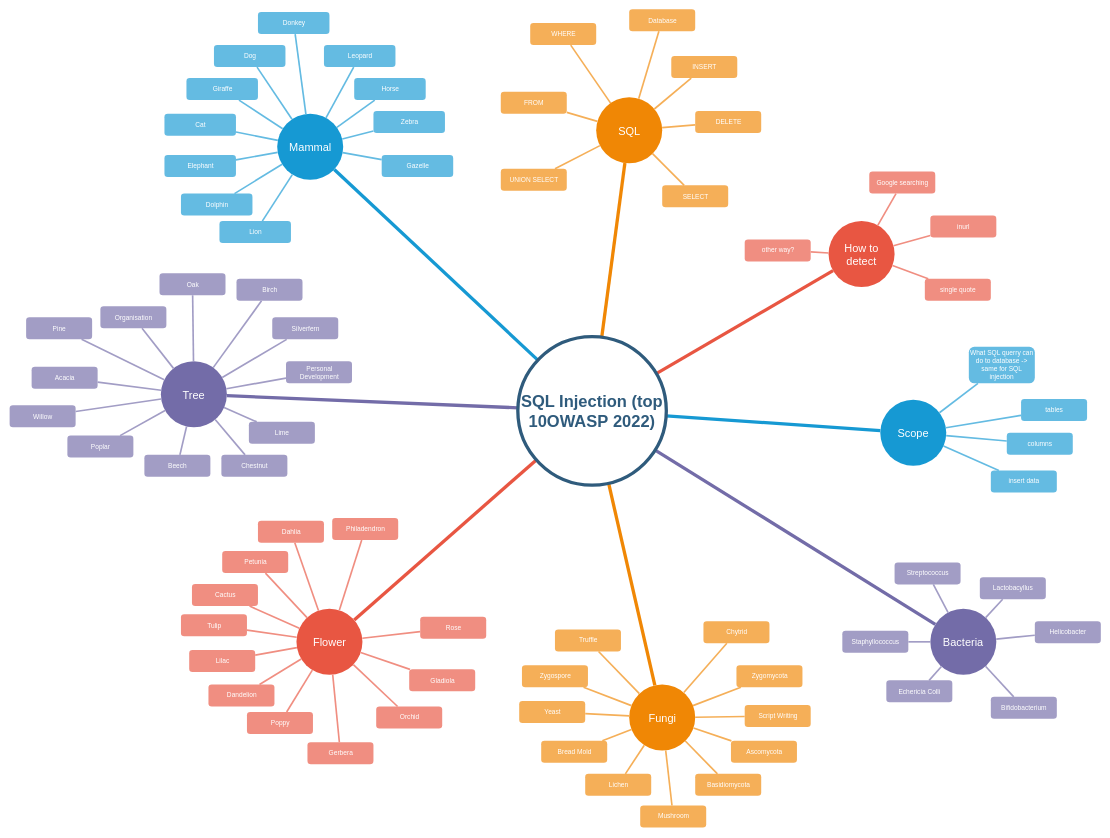
This is Untitled Diagram.drawio from TuytN/abc, a draw.io file, before an edit. Source tidied: cells renumbered, new cells numbered last; positions are measured from the earlier drawing's top-left corner, leaving out a move shared by most shapes. Both pictures are drawn from the tidied source at 55%, with x=0, y=0 at pixel (9, 9).
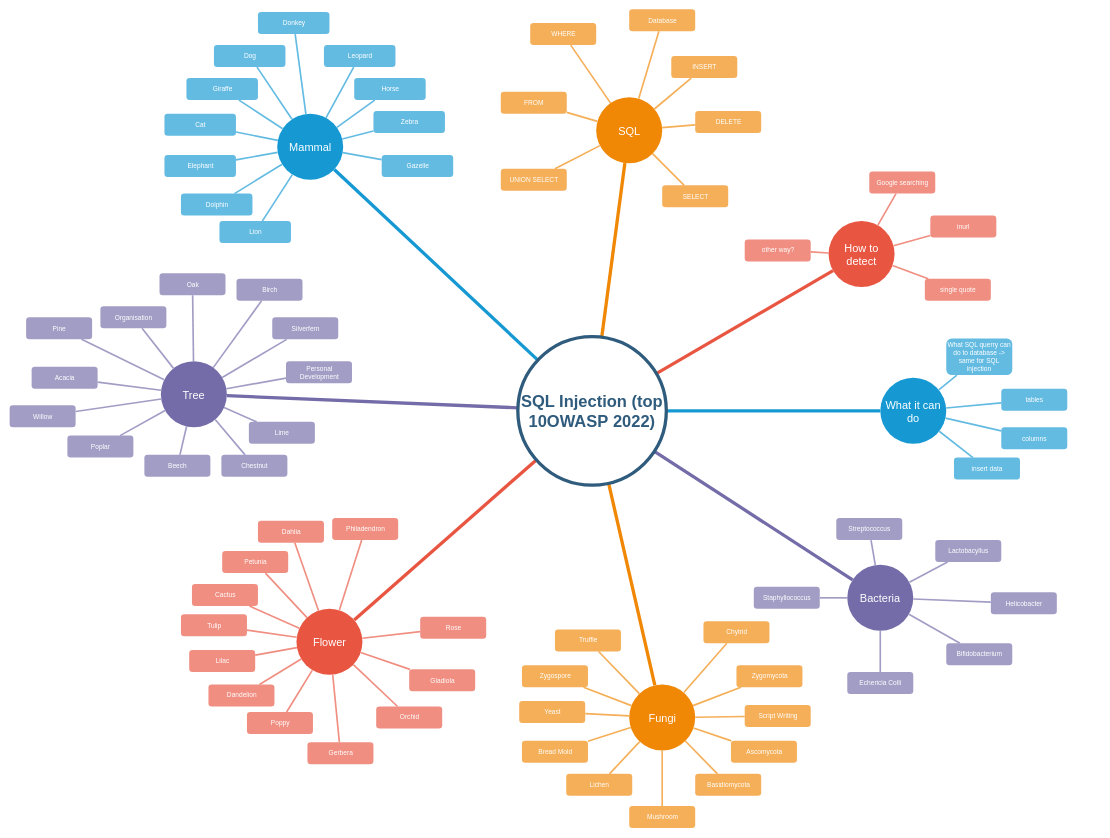
Above is the later version.

Diff of the diagram source:
```diff
@@
-    <mxCell id="5" value="Scope" style="ellipse;whiteSpace=wrap;html=1;shadow=0;fontFamily=Helvetica;fontSize=20;fontColor=#FFFFFF;align=center;strokeWidth=3;fillColor=#1699D3;strokeColor=none;" parent="1" vertex="1">
-      <mxGeometry x="1583" y="709.5" width="120" height="120" as="geometry" />
+    <mxCell id="5" value="What it can do" style="ellipse;whiteSpace=wrap;html=1;shadow=0;fontFamily=Helvetica;fontSize=20;fontColor=#FFFFFF;align=center;strokeWidth=3;fillColor=#1699D3;strokeColor=none;" parent="1" vertex="1">
+      <mxGeometry x="1583" y="669.5" width="120" height="120" as="geometry" />
     </mxCell>
     <mxCell id="6" value="Bacteria" style="ellipse;whiteSpace=wrap;html=1;shadow=0;fontFamily=Helvetica;fontSize=20;fontColor=#FFFFFF;align=center;strokeWidth=3;fillColor=#736ca8;strokeColor=none;" parent="1" vertex="1">
-      <mxGeometry x="1674" y="1089.5" width="120" height="120" as="geometry" />
+      <mxGeometry x="1523" y="1009.5" width="120" height="120" as="geometry" />
     </mxCell>
@@
     <mxCell id="61" value="What SQL querry can do to database -&amp;gt; same for SQL injection" style="rounded=1;fillColor=#64BBE2;strokeColor=none;strokeWidth=3;shadow=0;html=1;fontColor=#FFFFFF;whiteSpace=wrap;" parent="1" vertex="1">
-      <mxGeometry x="1744" y="613" width="120" height="66.5" as="geometry" />
+      <mxGeometry x="1703" y="598" width="120" height="66.5" as="geometry" />
     </mxCell>
     <mxCell id="62" value="tables" style="rounded=1;fillColor=#64BBE2;strokeColor=none;strokeWidth=3;shadow=0;html=1;fontColor=#FFFFFF;" parent="1" vertex="1">
-      <mxGeometry x="1839" y="708" width="120" height="40" as="geometry" />
+      <mxGeometry x="1803" y="689.5" width="120" height="40" as="geometry" />
     </mxCell>
     <mxCell id="63" value="columns" style="rounded=1;fillColor=#64BBE2;strokeColor=none;strokeWidth=3;shadow=0;html=1;fontColor=#FFFFFF;" parent="1" vertex="1">
-      <mxGeometry x="1813" y="769.5" width="120" height="40" as="geometry" />
+      <mxGeometry x="1803" y="759.5" width="120" height="40" as="geometry" />
     </mxCell>
     <mxCell id="64" value="insert data" style="rounded=1;fillColor=#64BBE2;strokeColor=none;strokeWidth=3;shadow=0;html=1;fontColor=#FFFFFF;" parent="1" vertex="1">
-      <mxGeometry x="1784" y="838" width="120" height="40" as="geometry" />
+      <mxGeometry x="1717" y="814.5" width="120" height="40" as="geometry" />
     </mxCell>
@@
     <mxCell id="69" value="Streptococcus" style="rounded=1;fillColor=#a29dc5;strokeColor=none;strokeWidth=3;shadow=0;html=1;fontColor=#FFFFFF;" parent="1" vertex="1">
-      <mxGeometry x="1609" y="1005" width="120" height="40" as="geometry" />
+      <mxGeometry x="1503" y="924.5" width="120" height="40" as="geometry" />
     </mxCell>
     <mxCell id="70" value="Echericia Colli" style="rounded=1;fillColor=#a29dc5;strokeColor=none;strokeWidth=3;shadow=0;html=1;fontColor=#FFFFFF;" parent="1" vertex="1">
-      <mxGeometry x="1594" y="1219.5" width="120" height="40" as="geometry" />
+      <mxGeometry x="1523" y="1204.5" width="120" height="40" as="geometry" />
     </mxCell>
     <mxCell id="71" value="Lactobacyllus" style="rounded=1;fillColor=#a29dc5;strokeColor=none;strokeWidth=3;shadow=0;html=1;fontColor=#FFFFFF;" parent="1" vertex="1">
-      <mxGeometry x="1764" y="1032" width="120" height="40" as="geometry" />
+      <mxGeometry x="1683" y="964.5" width="120" height="40" as="geometry" />
     </mxCell>
     <mxCell id="72" value="Helicobacter" style="rounded=1;fillColor=#a29dc5;strokeColor=none;strokeWidth=3;shadow=0;html=1;fontColor=#FFFFFF;" parent="1" vertex="1">
-      <mxGeometry x="1864" y="1112" width="120" height="40" as="geometry" />
+      <mxGeometry x="1784" y="1059.5" width="120" height="40" as="geometry" />
     </mxCell>
     <mxCell id="73" value="Bifidobacterium" style="rounded=1;fillColor=#a29dc5;strokeColor=none;strokeWidth=3;shadow=0;html=1;fontColor=#FFFFFF;" parent="1" vertex="1">
-      <mxGeometry x="1784" y="1249.5" width="120" height="40" as="geometry" />
+      <mxGeometry x="1703" y="1152" width="120" height="40" as="geometry" />
     </mxCell>
     <mxCell id="74" value="Staphyllococcus" style="rounded=1;fillColor=#a29dc5;strokeColor=none;strokeWidth=3;shadow=0;html=1;fontColor=#FFFFFF;" parent="1" vertex="1">
-      <mxGeometry x="1514" y="1129.5" width="120" height="40" as="geometry" />
+      <mxGeometry x="1353" y="1049.5" width="120" height="40" as="geometry" />
     </mxCell>
@@
     <mxCell id="84" value="Mushroom" style="rounded=1;fillColor=#f5af58;strokeColor=none;strokeWidth=3;shadow=0;html=1;fontColor=#FFFFFF;" parent="1" vertex="1">
-      <mxGeometry x="1146.5" y="1447" width="120" height="40" as="geometry" />
+      <mxGeometry x="1126.5" y="1448" width="120" height="40" as="geometry" />
     </mxCell>
     <mxCell id="85" value="Lichen" style="rounded=1;fillColor=#f5af58;strokeColor=none;strokeWidth=3;shadow=0;html=1;fontColor=#FFFFFF;" parent="1" vertex="1">
-      <mxGeometry x="1046.5" y="1389.5" width="120" height="40" as="geometry" />
+      <mxGeometry x="1012" y="1389.5" width="120" height="40" as="geometry" />
     </mxCell>
     <mxCell id="86" value="Bread Mold" style="rounded=1;fillColor=#f5af58;strokeColor=none;strokeWidth=3;shadow=0;html=1;fontColor=#FFFFFF;" parent="1" vertex="1">
-      <mxGeometry x="966.5" y="1329.5" width="120" height="40" as="geometry" />
+      <mxGeometry x="931.5" y="1329.5" width="120" height="40" as="geometry" />
     </mxCell>
@@
+    <mxCell id="155" style="edgeStyle=orthogonalEdgeStyle;rounded=0;orthogonalLoop=1;jettySize=auto;html=1;exitX=0.5;exitY=1;exitDx=0;exitDy=0;" parent="1" edge="1" source="61" target="61">
+      <mxGeometry relative="1" as="geometry" />
+    </mxCell>
```
